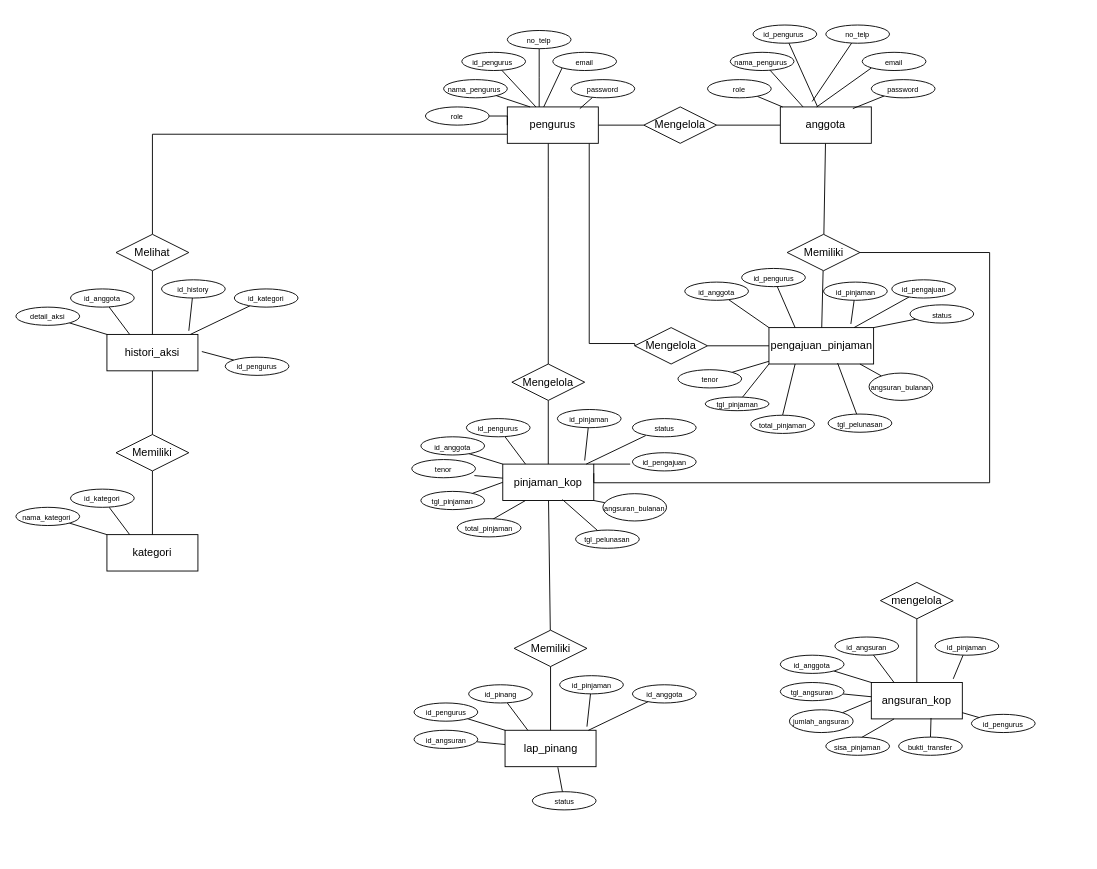
This is Diagram Tanpa Judul.drawio from choirulhafifi/chocreat, a draw.io file, before an edit. Source tidied: cells renumbered, new cells numbered last; positions are measured from the earlier drawing's top-left corner, leaving out a move shared by most shapes. Both pictures are drawn from the tidied source at 91%, with x=0, y=0 at pixel (15, 25).
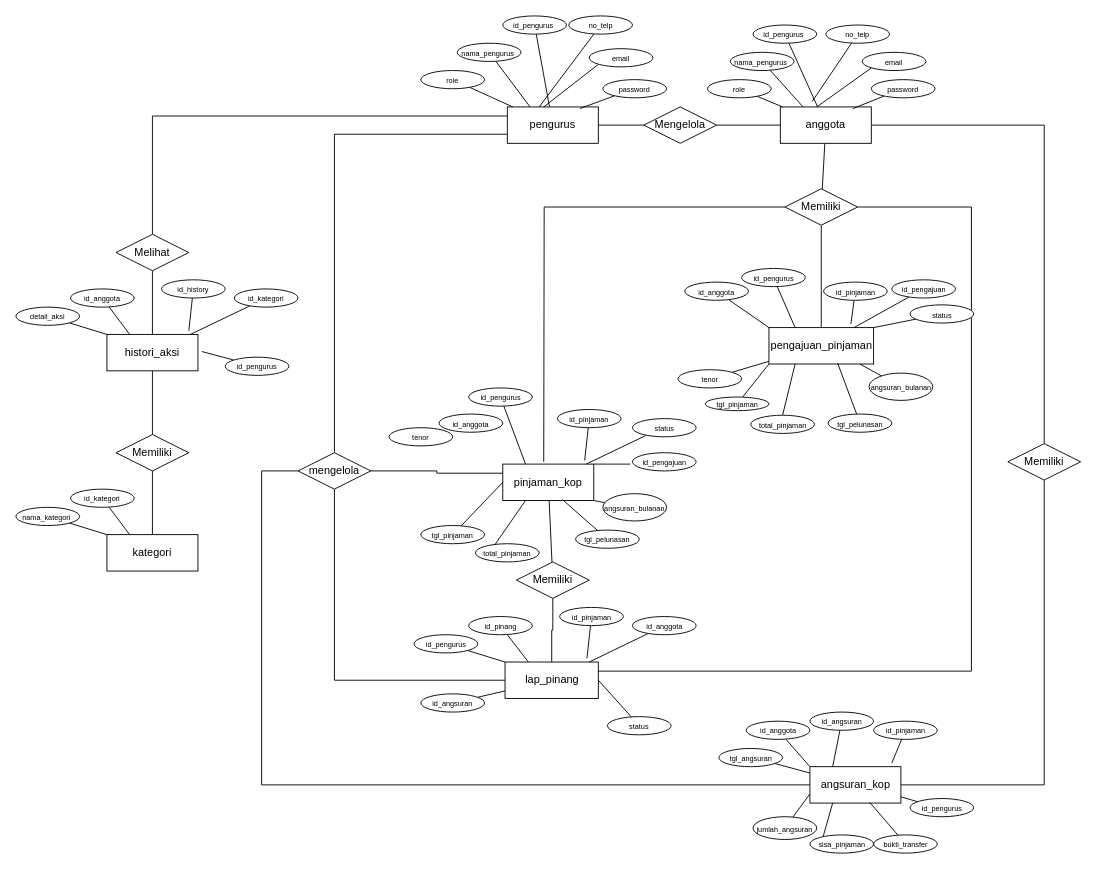
After the change.

The change refers to these unchanged cells:
```xml
<mxCell id="6" value="pengurus" style="whiteSpace=wrap;html=1;align=center;" parent="1" vertex="1">
  <mxGeometry x="540" y="90" width="100" height="40" as="geometry" />
</mxCell>
<mxCell id="23" value="pinjaman_kop" style="whiteSpace=wrap;html=1;align=center;" parent="1" vertex="1">
  <mxGeometry x="535" y="482.5" width="100" height="40" as="geometry" />
</mxCell>
<mxCell id="38" value="anggota" style="whiteSpace=wrap;html=1;align=center;" parent="1" vertex="1">
  <mxGeometry x="840" y="90" width="100" height="40" as="geometry" />
</mxCell>
<mxCell id="63" value="pengajuan_pinjaman" style="whiteSpace=wrap;html=1;align=center;" parent="1" vertex="1">
  <mxGeometry x="827.5" y="332.5" width="115" height="40" as="geometry" />
</mxCell>
<mxCell id="136" value="Melihat" style="shape=rhombus;perimeter=rhombusPerimeter;whiteSpace=wrap;html=1;align=center;" parent="1" vertex="1">
  <mxGeometry x="110" y="230" width="80" height="40" as="geometry" />
</mxCell>
```

Diff of the diagram source:
```diff
@@
     <mxCell id="3" style="edgeStyle=orthogonalEdgeStyle;rounded=0;jettySize=auto;html=1;entryX=0.5;entryY=0;entryDx=0;entryDy=0;endArrow=none;endFill=0;" parent="1" edge="1" source="6" target="136">
       <mxGeometry relative="1" as="geometry">
         <Array as="points">
-          <mxPoint x="150" y="120" />
+          <mxPoint x="150" y="100" />
         </Array>
       </mxGeometry>
     </mxCell>
-    <mxCell id="4" style="edgeStyle=orthogonalEdgeStyle;rounded=0;jettySize=auto;html=1;entryX=0;entryY=0.5;entryDx=0;entryDy=0;endArrow=none;endFill=0;" parent="1" edge="1" source="6" target="149">
-      <mxGeometry relative="1" as="geometry">
-        <Array as="points">
-          <mxPoint x="630" y="350" />
-          <mxPoint x="680" y="350" />
-        </Array>
-      </mxGeometry>
-    </mxCell>
-    <mxCell id="5" style="edgeStyle=orthogonalEdgeStyle;rounded=0;jettySize=auto;html=1;entryX=0.5;entryY=0;entryDx=0;entryDy=0;endArrow=none;endFill=0;" parent="1" edge="1" source="6" target="36">
-      <mxGeometry relative="1" as="geometry">
-        <Array as="points">
-          <mxPoint x="585" y="190" />
-          <mxPoint x="585" y="190" />
-        </Array>
-      </mxGeometry>
-    </mxCell>
+    <mxCell id="150" style="edgeStyle=orthogonalEdgeStyle;rounded=0;jettySize=auto;html=1;entryX=0.5;entryY=0;entryDx=0;entryDy=0;endArrow=none;endFill=0;" parent="1" edge="1" source="6" target="101">
+      <mxGeometry relative="1" as="geometry">
+        <Array as="points">
+          <mxPoint x="350" y="120" />
+        </Array>
+      </mxGeometry>
+    </mxCell>
@@
     <mxCell id="10" value="&lt;font style=&quot;font-size: 8px;&quot;&gt;id_pengurus&amp;nbsp;&lt;/font&gt;" style="ellipse;whiteSpace=wrap;html=1;align=center;" parent="1" vertex="1">
-      <mxGeometry x="490" y="30" width="70" height="20" as="geometry" />
+      <mxGeometry x="535" y="-10" width="70" height="20" as="geometry" />
     </mxCell>
-    <mxCell id="11" style="edgeStyle=orthogonalEdgeStyle;rounded=0;jettySize=auto;html=1;endArrow=none;endFill=0;" parent="1" edge="1" source="12">
+    <mxCell id="11" style="rounded=0;jettySize=auto;html=1;endArrow=none;endFill=0;" parent="1" edge="1" source="12">
       <mxGeometry relative="1" as="geometry">
         <mxPoint x="575" y="90" as="targetPoint" />
       </mxGeometry>
     </mxCell>
     <mxCell id="12" value="&lt;font style=&quot;font-size: 8px;&quot;&gt;no_telp&lt;/font&gt;" style="ellipse;whiteSpace=wrap;html=1;align=center;" parent="1" vertex="1">
-      <mxGeometry x="540" y="6" width="70" height="20" as="geometry" />
+      <mxGeometry x="607.5" y="-10" width="70" height="20" as="geometry" />
     </mxCell>
@@
     <mxCell id="14" value="&lt;font style=&quot;font-size: 8px;&quot;&gt;nama_pengurus&amp;nbsp;&lt;/font&gt;" style="ellipse;whiteSpace=wrap;html=1;align=center;" parent="1" vertex="1">
-      <mxGeometry x="470" y="60" width="70" height="20" as="geometry" />
+      <mxGeometry x="485" y="20" width="70" height="20" as="geometry" />
     </mxCell>
@@
     <mxCell id="17" value="&lt;font style=&quot;font-size: 8px;&quot;&gt;email&lt;/font&gt;" style="ellipse;whiteSpace=wrap;html=1;align=center;" parent="1" vertex="1">
-      <mxGeometry x="590" y="30" width="70" height="20" as="geometry" />
+      <mxGeometry x="630" y="26" width="70" height="20" as="geometry" />
     </mxCell>
@@
     <mxCell id="19" value="&lt;font style=&quot;font-size: 8px;&quot;&gt;password&lt;/font&gt;" style="ellipse;whiteSpace=wrap;html=1;align=center;" parent="1" vertex="1">
-      <mxGeometry x="610" y="60" width="70" height="20" as="geometry" />
+      <mxGeometry x="645" y="60" width="70" height="20" as="geometry" />
     </mxCell>
-    <mxCell id="20" style="edgeStyle=orthogonalEdgeStyle;rounded=0;jettySize=auto;html=1;endArrow=none;endFill=0;" parent="1" edge="1" source="21" target="6">
+    <mxCell id="20" style="rounded=0;jettySize=auto;html=1;endArrow=none;endFill=0;" parent="1" edge="1" source="21" target="6">
       <mxGeometry relative="1" as="geometry" />
     </mxCell>
     <mxCell id="21" value="&lt;font style=&quot;font-size: 8px;&quot;&gt;role&lt;/font&gt;" style="ellipse;whiteSpace=wrap;html=1;align=center;" parent="1" vertex="1">
-      <mxGeometry x="450" y="90" width="70" height="20" as="geometry" />
+      <mxGeometry x="445" y="50" width="70" height="20" as="geometry" />
     </mxCell>
@@
     <mxCell id="29" value="&lt;font style=&quot;font-size: 8px;&quot;&gt;id_pengurus&lt;/font&gt;" style="ellipse;whiteSpace=wrap;html=1;align=center;" parent="1" vertex="1">
-      <mxGeometry x="495" y="432.5" width="70" height="20" as="geometry" />
+      <mxGeometry x="497.5" y="398.8" width="70" height="20" as="geometry" />
     </mxCell>
@@
     <mxCell id="32" value="&lt;font style=&quot;font-size: 8px;&quot;&gt;total_pinjaman&lt;/font&gt;" style="ellipse;whiteSpace=wrap;html=1;align=center;" parent="1" vertex="1">
-      <mxGeometry x="485" y="542.5" width="70" height="20" as="geometry" />
+      <mxGeometry x="505" y="570" width="70" height="20" as="geometry" />
     </mxCell>
-    <mxCell id="33" style="rounded=0;jettySize=auto;html=1;entryX=0;entryY=0;entryDx=0;entryDy=0;endArrow=none;endFill=0;" parent="1" edge="1" target="23">
-      <mxGeometry relative="1" as="geometry">
-        <mxPoint x="493.8" y="469.8" as="sourcePoint" />
-      </mxGeometry>
-    </mxCell>
     <mxCell id="34" value="&lt;font style=&quot;font-size: 8px;&quot;&gt;id_anggota&lt;/font&gt;" style="ellipse;whiteSpace=wrap;html=1;align=center;" parent="1" vertex="1">
-      <mxGeometry x="445" y="452.5" width="70" height="20" as="geometry" />
+      <mxGeometry x="465" y="427.5" width="70" height="20" as="geometry" />
     </mxCell>
-    <mxCell id="35" style="edgeStyle=orthogonalEdgeStyle;rounded=0;jettySize=auto;html=1;endArrow=none;endFill=0;" parent="1" edge="1" source="36" target="23">
-      <mxGeometry relative="1" as="geometry" />
-    </mxCell>
-    <mxCell id="36" value="Mengelola" style="shape=rhombus;perimeter=rhombusPerimeter;whiteSpace=wrap;html=1;align=center;" parent="1" vertex="1">
-      <mxGeometry x="545" y="372.5" width="80" height="40" as="geometry" />
-    </mxCell>
@@
+    <mxCell id="151" style="edgeStyle=orthogonalEdgeStyle;rounded=0;jettySize=auto;html=1;entryX=0.5;entryY=0;entryDx=0;entryDy=0;endArrow=none;endFill=0;" parent="1" edge="1" source="38" target="157">
+      <mxGeometry relative="1" as="geometry" />
+    </mxCell>
@@
-    <mxCell id="53" style="rounded=0;jettySize=auto;html=1;endArrow=none;endFill=0;" parent="1" edge="1" target="23">
-      <mxGeometry relative="1" as="geometry">
-        <mxPoint x="503.8" y="495.1" as="sourcePoint" />
-      </mxGeometry>
-    </mxCell>
     <mxCell id="54" value="&lt;font style=&quot;font-size: 8px;&quot;&gt;tenor&lt;/font&gt;" style="ellipse;whiteSpace=wrap;html=1;align=center;" parent="1" vertex="1">
-      <mxGeometry x="435" y="477.5" width="70" height="20" as="geometry" />
+      <mxGeometry x="410" y="442.5" width="70" height="20" as="geometry" />
     </mxCell>
@@
     <mxCell id="56" value="&lt;font style=&quot;font-size: 8px;&quot;&gt;tgl_pinjaman&lt;/font&gt;" style="ellipse;whiteSpace=wrap;html=1;align=center;" parent="1" vertex="1">
-      <mxGeometry x="445" y="512.5" width="70" height="20" as="geometry" />
+      <mxGeometry x="445" y="550" width="70" height="20" as="geometry" />
     </mxCell>
@@
+    <mxCell id="152" style="edgeStyle=orthogonalEdgeStyle;rounded=0;jettySize=auto;html=1;endArrow=none;endFill=0;" parent="1" edge="1" source="77">
+      <mxGeometry relative="1" as="geometry">
+        <mxPoint x="580" y="480" as="targetPoint" />
+      </mxGeometry>
+    </mxCell>
-    <mxCell id="75" style="rounded=0;jettySize=auto;html=1;endArrow=none;endFill=0;" parent="1" edge="1" source="77" target="63">
+    <mxCell id="75" style="edgeStyle=orthogonalEdgeStyle;rounded=0;jettySize=auto;html=1;entryX=0.5;entryY=0;entryDx=0;entryDy=0;endArrow=none;endFill=0;" parent="1" edge="1" source="77" target="63">
       <mxGeometry relative="1" as="geometry" />
     </mxCell>
-    <mxCell id="76" style="edgeStyle=orthogonalEdgeStyle;rounded=0;jettySize=auto;html=1;entryX=1;entryY=0.25;entryDx=0;entryDy=0;endArrow=none;endFill=0;" parent="1" edge="1" source="77" target="23">
-      <mxGeometry relative="1" as="geometry">
-        <Array as="points">
-          <mxPoint x="1070" y="250" />
-          <mxPoint x="1070" y="503" />
-          <mxPoint x="635" y="503" />
-        </Array>
-      </mxGeometry>
-    </mxCell>
+    <mxCell id="153" style="edgeStyle=orthogonalEdgeStyle;rounded=0;jettySize=auto;html=1;entryX=1;entryY=0.25;entryDx=0;entryDy=0;endArrow=none;endFill=0;" parent="1" edge="1" source="77" target="108">
+      <mxGeometry relative="1" as="geometry">
+        <Array as="points">
+          <mxPoint x="1050" y="200" />
+          <mxPoint x="1050" y="710" />
+        </Array>
+      </mxGeometry>
+    </mxCell>
     <mxCell id="77" value="Memiliki" style="shape=rhombus;perimeter=rhombusPerimeter;whiteSpace=wrap;html=1;align=center;" parent="1" vertex="1">
-      <mxGeometry x="847.5" y="230" width="80" height="40" as="geometry" />
+      <mxGeometry x="845" y="180" width="80" height="40" as="geometry" />
     </mxCell>
@@
     <mxCell id="88" value="angsuran_kop" style="whiteSpace=wrap;html=1;align=center;" parent="1" vertex="1">
-      <mxGeometry x="940" y="722.5" width="100" height="40" as="geometry" />
+      <mxGeometry x="872.5" y="815" width="100" height="40" as="geometry" />
     </mxCell>
@@
     <mxCell id="90" value="&lt;font style=&quot;font-size: 8px;&quot;&gt;id_pengurus&lt;/font&gt;" style="ellipse;whiteSpace=wrap;html=1;align=center;" parent="1" vertex="1">
-      <mxGeometry x="1050" y="757.5" width="70" height="20" as="geometry" />
+      <mxGeometry x="982.5" y="850" width="70" height="20" as="geometry" />
     </mxCell>
     <mxCell id="91" style="rounded=0;jettySize=auto;html=1;endArrow=none;endFill=0;" parent="1" edge="1" source="92">
       <mxGeometry relative="1" as="geometry">
-        <mxPoint x="1030" y="718.5" as="targetPoint" />
+        <mxPoint x="962.5" y="811" as="targetPoint" />
       </mxGeometry>
     </mxCell>
     <mxCell id="92" value="&lt;font style=&quot;font-size: 8px;&quot;&gt;id_pinjaman&lt;/font&gt;" style="ellipse;whiteSpace=wrap;html=1;align=center;" parent="1" vertex="1">
-      <mxGeometry x="1010" y="672.5" width="70" height="20" as="geometry" />
+      <mxGeometry x="942.5" y="765" width="70" height="20" as="geometry" />
     </mxCell>
@@
     <mxCell id="94" value="&lt;font style=&quot;font-size: 8px;&quot;&gt;id_angsuran&lt;/font&gt;" style="ellipse;whiteSpace=wrap;html=1;align=center;" parent="1" vertex="1">
-      <mxGeometry x="900" y="672.5" width="70" height="20" as="geometry" />
+      <mxGeometry x="872.5" y="755" width="70" height="20" as="geometry" />
     </mxCell>
@@
     <mxCell id="97" value="&lt;font style=&quot;font-size: 8px;&quot;&gt;sisa_pinjaman&lt;/font&gt;" style="ellipse;whiteSpace=wrap;html=1;align=center;" parent="1" vertex="1">
-      <mxGeometry x="890" y="782.5" width="70" height="20" as="geometry" />
+      <mxGeometry x="872.5" y="890" width="70" height="20" as="geometry" />
     </mxCell>
@@
     <mxCell id="99" value="&lt;font style=&quot;font-size: 8px;&quot;&gt;id_anggota&lt;/font&gt;" style="ellipse;whiteSpace=wrap;html=1;align=center;" parent="1" vertex="1">
-      <mxGeometry x="840" y="692.5" width="70" height="20" as="geometry" />
+      <mxGeometry x="802.5" y="765" width="70" height="20" as="geometry" />
     </mxCell>
-    <mxCell id="100" style="edgeStyle=orthogonalEdgeStyle;rounded=0;jettySize=auto;html=1;endArrow=none;endFill=0;" parent="1" edge="1" source="101" target="88">
-      <mxGeometry relative="1" as="geometry" />
-    </mxCell>
-    <mxCell id="101" value="mengelola" style="shape=rhombus;perimeter=rhombusPerimeter;whiteSpace=wrap;html=1;align=center;" parent="1" vertex="1">
-      <mxGeometry x="950" y="612.5" width="80" height="40" as="geometry" />
-    </mxCell>
@@
     <mxCell id="103" value="&lt;font style=&quot;font-size: 8px;&quot;&gt;tgl_angsuran&lt;/font&gt;" style="ellipse;whiteSpace=wrap;html=1;align=center;" parent="1" vertex="1">
-      <mxGeometry x="840" y="722.5" width="70" height="20" as="geometry" />
+      <mxGeometry x="772.5" y="795" width="70" height="20" as="geometry" />
     </mxCell>
-    <mxCell id="104" style="rounded=0;jettySize=auto;html=1;entryX=0;entryY=0.5;entryDx=0;entryDy=0;endArrow=none;endFill=0;" parent="1" edge="1" source="105" target="88">
+    <mxCell id="104" style="rounded=0;jettySize=auto;html=1;entryX=0;entryY=0.75;entryDx=0;entryDy=0;endArrow=none;endFill=0;" parent="1" edge="1" source="105" target="88">
       <mxGeometry relative="1" as="geometry" />
     </mxCell>
     <mxCell id="105" value="&lt;font style=&quot;font-size: 8px;&quot;&gt;jumlah_angsuran&lt;/font&gt;" style="ellipse;whiteSpace=wrap;html=1;align=center;" parent="1" vertex="1">
-      <mxGeometry x="850" y="752.5" width="70" height="25" as="geometry" />
+      <mxGeometry x="810" y="870" width="70" height="25" as="geometry" />
     </mxCell>
@@
     <mxCell id="107" value="&lt;font style=&quot;font-size: 8px;&quot;&gt;bukti_transfer&lt;/font&gt;" style="ellipse;whiteSpace=wrap;html=1;align=center;" parent="1" vertex="1">
-      <mxGeometry x="970" y="782.5" width="70" height="20" as="geometry" />
+      <mxGeometry x="942.5" y="890" width="70" height="20" as="geometry" />
     </mxCell>
     <mxCell id="108" value="lap_pinang" style="whiteSpace=wrap;html=1;align=center;" parent="1" vertex="1">
-      <mxGeometry x="537.5" y="775" width="100" height="40" as="geometry" />
+      <mxGeometry x="537.5" y="700" width="102.5" height="40" as="geometry" />
     </mxCell>
@@
     <mxCell id="110" value="&lt;font style=&quot;font-size: 8px;&quot;&gt;id_anggota&lt;/font&gt;" style="ellipse;whiteSpace=wrap;html=1;align=center;" parent="1" vertex="1">
-      <mxGeometry x="677.5" y="725" width="70" height="20" as="geometry" />
+      <mxGeometry x="677.5" y="650" width="70" height="20" as="geometry" />
     </mxCell>
     <mxCell id="111" style="rounded=0;jettySize=auto;html=1;endArrow=none;endFill=0;" parent="1" edge="1" source="112">
       <mxGeometry relative="1" as="geometry">
-        <mxPoint x="627.5" y="771" as="targetPoint" />
+        <mxPoint x="627.5" y="696" as="targetPoint" />
       </mxGeometry>
     </mxCell>
     <mxCell id="112" value="&lt;font style=&quot;font-size: 8px;&quot;&gt;id_pinjaman&lt;/font&gt;" style="ellipse;whiteSpace=wrap;html=1;align=center;" parent="1" vertex="1">
-      <mxGeometry x="597.5" y="715" width="70" height="20" as="geometry" />
+      <mxGeometry x="597.5" y="640" width="70" height="20" as="geometry" />
     </mxCell>
@@
     <mxCell id="114" value="&lt;font style=&quot;font-size: 8px;&quot;&gt;id_pinang&lt;/font&gt;" style="ellipse;whiteSpace=wrap;html=1;align=center;" parent="1" vertex="1">
-      <mxGeometry x="497.5" y="725" width="70" height="20" as="geometry" />
+      <mxGeometry x="497.5" y="650" width="70" height="20" as="geometry" />
     </mxCell>
@@
     <mxCell id="117" value="&lt;font style=&quot;font-size: 8px;&quot;&gt;id_pengurus&lt;/font&gt;" style="ellipse;whiteSpace=wrap;html=1;align=center;" parent="1" vertex="1">
-      <mxGeometry x="437.5" y="745" width="70" height="20" as="geometry" />
+      <mxGeometry x="437.5" y="670" width="70" height="20" as="geometry" />
     </mxCell>
@@
     <mxCell id="119" value="Memiliki" style="shape=rhombus;perimeter=rhombusPerimeter;whiteSpace=wrap;html=1;align=center;" parent="1" vertex="1">
-      <mxGeometry x="547.5" y="665" width="80" height="40" as="geometry" />
+      <mxGeometry x="550" y="590" width="80" height="40" as="geometry" />
     </mxCell>
@@
     <mxCell id="121" value="&lt;font style=&quot;font-size: 8px;&quot;&gt;id_angsuran&lt;/font&gt;" style="ellipse;whiteSpace=wrap;html=1;align=center;" parent="1" vertex="1">
-      <mxGeometry x="437.5" y="775" width="70" height="20" as="geometry" />
+      <mxGeometry x="445" y="735" width="70" height="20" as="geometry" />
     </mxCell>
-    <mxCell id="122" style="rounded=0;jettySize=auto;html=1;entryX=0.58;entryY=1.016;entryDx=0;entryDy=0;entryPerimeter=0;endArrow=none;endFill=0;" parent="1" edge="1" source="123" target="108">
-      <mxGeometry relative="1" as="geometry" />
+    <mxCell id="122" style="rounded=0;jettySize=auto;html=1;endArrow=none;endFill=0;" parent="1" edge="1" source="123">
+      <mxGeometry relative="1" as="geometry">
+        <mxPoint x="640" y="720" as="targetPoint" />
+      </mxGeometry>
     </mxCell>
     <mxCell id="123" value="&lt;font style=&quot;font-size: 8px;&quot;&gt;status&lt;/font&gt;" style="ellipse;whiteSpace=wrap;html=1;align=center;" parent="1" vertex="1">
-      <mxGeometry x="567.5" y="842.5" width="70" height="20" as="geometry" />
+      <mxGeometry x="650" y="760" width="70" height="20" as="geometry" />
     </mxCell>
@@
-    <mxCell id="148" style="edgeStyle=orthogonalEdgeStyle;rounded=0;jettySize=auto;html=1;endArrow=none;endFill=0;" parent="1" edge="1" source="149" target="63">
-      <mxGeometry relative="1" as="geometry" />
-    </mxCell>
-    <mxCell id="149" value="Mengelola" style="shape=rhombus;perimeter=rhombusPerimeter;whiteSpace=wrap;html=1;align=center;" parent="1" vertex="1">
-      <mxGeometry x="680" y="332.5" width="80" height="40" as="geometry" />
-    </mxCell>
+    <mxCell id="154" style="edgeStyle=orthogonalEdgeStyle;rounded=0;jettySize=auto;html=1;entryX=0;entryY=0.5;entryDx=0;entryDy=0;endArrow=none;endFill=0;" parent="1" edge="1" source="101" target="108">
+      <mxGeometry relative="1" as="geometry">
+        <Array as="points">
+          <mxPoint x="350" y="720" />
+        </Array>
+      </mxGeometry>
+    </mxCell>
+    <mxCell id="100" style="edgeStyle=orthogonalEdgeStyle;rounded=0;jettySize=auto;html=1;entryX=0;entryY=0.5;entryDx=0;entryDy=0;endArrow=none;endFill=0;" parent="1" edge="1" source="101" target="88">
+      <mxGeometry relative="1" as="geometry">
+        <Array as="points">
+          <mxPoint x="270" y="490" />
+          <mxPoint x="270" y="835" />
+        </Array>
+      </mxGeometry>
+    </mxCell>
+    <mxCell id="155" style="edgeStyle=orthogonalEdgeStyle;rounded=0;jettySize=auto;html=1;entryX=0;entryY=0.25;entryDx=0;entryDy=0;endArrow=none;endFill=0;" parent="1" edge="1" source="101" target="23">
+      <mxGeometry relative="1" as="geometry" />
+    </mxCell>
+    <mxCell id="101" value="mengelola" style="shape=rhombus;perimeter=rhombusPerimeter;whiteSpace=wrap;html=1;align=center;" parent="1" vertex="1">
+      <mxGeometry x="310" y="470" width="80" height="40" as="geometry" />
+    </mxCell>
+    <mxCell id="156" style="edgeStyle=orthogonalEdgeStyle;rounded=0;jettySize=auto;html=1;entryX=1;entryY=0.5;entryDx=0;entryDy=0;endArrow=none;endFill=0;" parent="1" edge="1" source="157" target="88">
+      <mxGeometry relative="1" as="geometry">
+        <Array as="points">
+          <mxPoint x="1130" y="835" />
+        </Array>
+      </mxGeometry>
+    </mxCell>
+    <mxCell id="157" value="Memiliki" style="shape=rhombus;perimeter=rhombusPerimeter;whiteSpace=wrap;html=1;align=center;" parent="1" vertex="1">
+      <mxGeometry x="1090" y="460" width="80" height="40" as="geometry" />
+    </mxCell>
```
